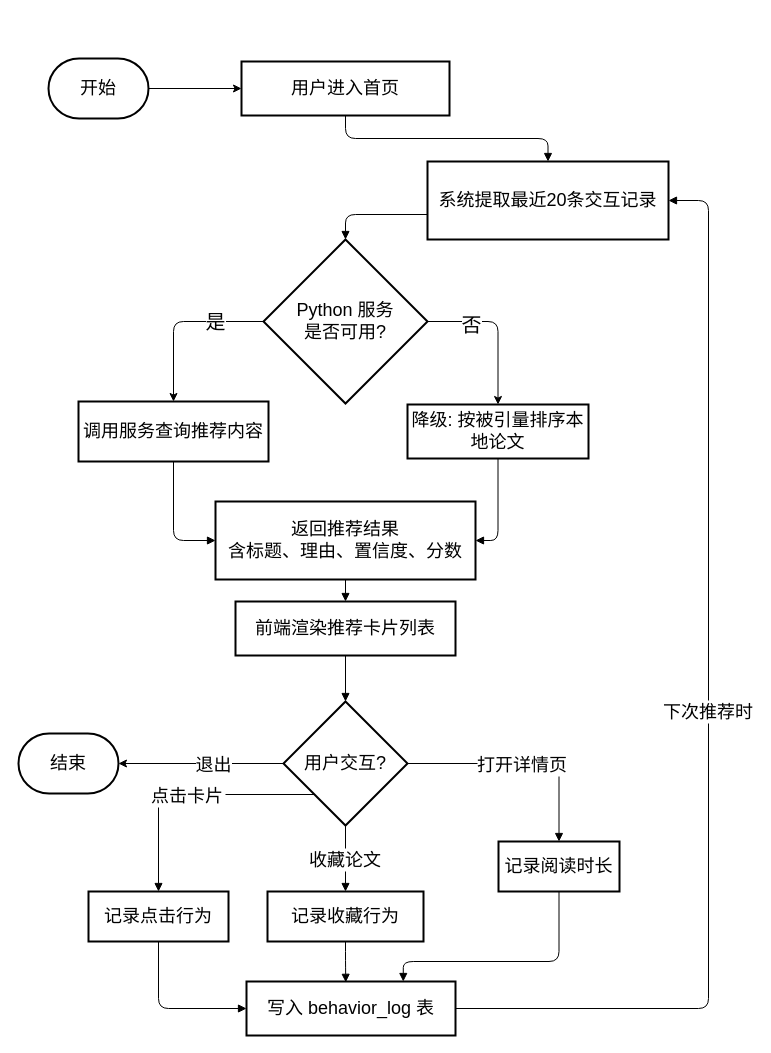
this1is1i/ACSR keeps this draw.io diagram as docs/draw/13-recommend-BPD.drawio. Above is the earlier version. Source tidied: cells renumbered, new cells numbered last; positions are measured from the earlier drawing's top-left corner, leaving out a move shared by most shapes. Both pictures are drawn from the tidied source at 100%, with x=0, y=0 at pixel (18, 58).
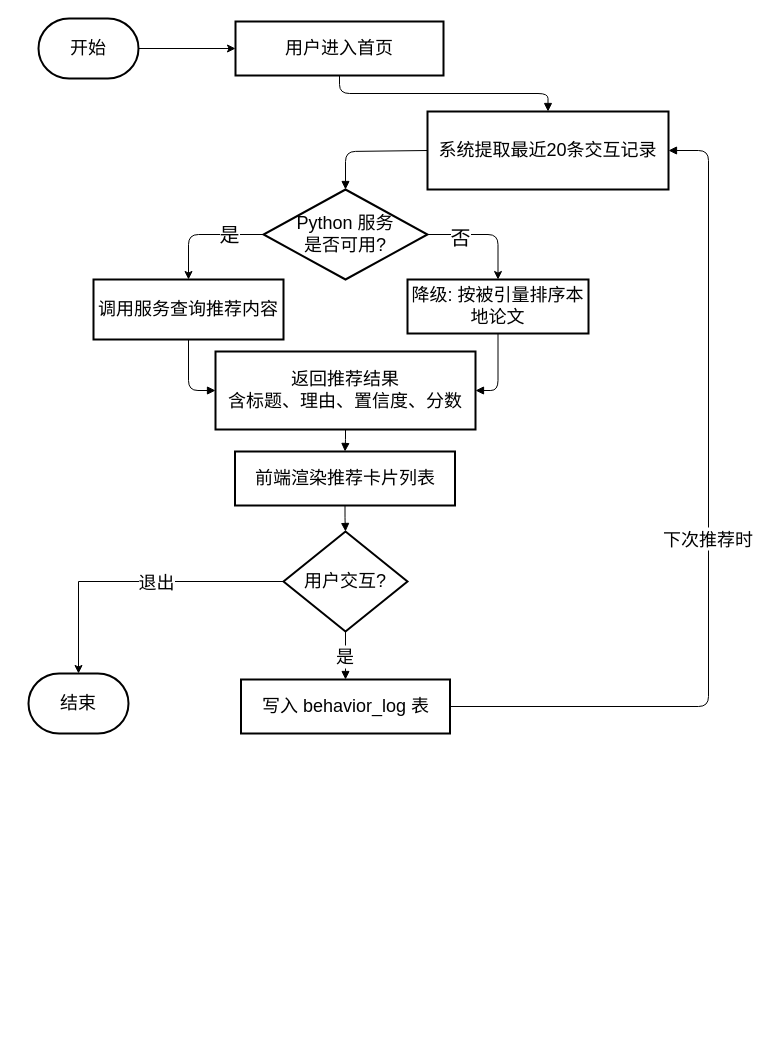
The same page after the edit.

The edit, as a diff of the source:
```diff
@@
     <mxCell id="2" value="用户进入首页" style="whiteSpace=wrap;strokeWidth=2;fontSize=18;" parent="1" vertex="1">
-      <mxGeometry x="223" y="3" width="208" height="54" as="geometry" />
+      <mxGeometry x="217" y="-37" width="208" height="54" as="geometry" />
     </mxCell>
     <mxCell id="3" value="系统提取最近20条交互记录" style="whiteSpace=wrap;strokeWidth=2;fontSize=18;" parent="1" vertex="1">
-      <mxGeometry x="409" y="103" width="241" height="78" as="geometry" />
+      <mxGeometry x="409" y="53" width="241" height="78" as="geometry" />
     </mxCell>
@@
     <mxCell id="8" value="Python 服务&#10;是否可用?" style="rhombus;strokeWidth=2;whiteSpace=wrap;fontSize=18;" parent="1" vertex="1">
-      <mxGeometry x="245" y="181" width="164" height="164" as="geometry" />
+      <mxGeometry x="245" y="131" width="164" height="90" as="geometry" />
     </mxCell>
     <mxCell id="9" value="调用服务查询推荐内容" style="whiteSpace=wrap;strokeWidth=2;fontSize=18;" parent="1" vertex="1">
-      <mxGeometry x="60" y="343" width="190" height="60" as="geometry" />
+      <mxGeometry x="75" y="221" width="190" height="60" as="geometry" />
     </mxCell>
     <mxCell id="10" value="降级: 按被引量排序本地论文" style="whiteSpace=wrap;strokeWidth=2;fontSize=18;" parent="1" vertex="1">
-      <mxGeometry x="389" y="346" width="181" height="54" as="geometry" />
+      <mxGeometry x="389" y="221" width="181" height="54" as="geometry" />
     </mxCell>
     <mxCell id="11" value="返回推荐结果&#10;含标题、理由、置信度、分数" style="whiteSpace=wrap;strokeWidth=2;fontSize=18;" parent="1" vertex="1">
-      <mxGeometry x="197" y="443" width="260" height="78" as="geometry" />
+      <mxGeometry x="197" y="293" width="260" height="78" as="geometry" />
     </mxCell>
     <mxCell id="12" value="前端渲染推荐卡片列表" style="whiteSpace=wrap;strokeWidth=2;fontSize=18;" parent="1" vertex="1">
-      <mxGeometry x="217" y="543" width="220" height="54" as="geometry" />
+      <mxGeometry x="216.5" y="393" width="220" height="54" as="geometry" />
     </mxCell>
@@
     <mxCell id="15" value="用户交互?" style="rhombus;strokeWidth=2;whiteSpace=wrap;fontSize=18;" parent="1" vertex="1">
-      <mxGeometry x="265" y="643" width="124" height="124" as="geometry" />
+      <mxGeometry x="265" y="473" width="124" height="100" as="geometry" />
     </mxCell>
-    <mxCell id="16" value="记录点击行为" style="whiteSpace=wrap;strokeWidth=2;fontSize=18;" parent="1" vertex="1">
-      <mxGeometry x="70" y="833" width="140" height="50" as="geometry" />
-    </mxCell>
-    <mxCell id="17" value="记录收藏行为" style="whiteSpace=wrap;strokeWidth=2;fontSize=18;" parent="1" vertex="1">
-      <mxGeometry x="249" y="833" width="156" height="50" as="geometry" />
-    </mxCell>
-    <mxCell id="18" value="记录阅读时长" style="whiteSpace=wrap;strokeWidth=2;fontSize=18;" parent="1" vertex="1">
-      <mxGeometry x="480" y="783" width="121" height="50" as="geometry" />
-    </mxCell>
     <mxCell id="19" value="写入 behavior_log 表" style="whiteSpace=wrap;strokeWidth=2;fontSize=18;" parent="1" vertex="1">
-      <mxGeometry x="228" y="923" width="209" height="54" as="geometry" />
+      <mxGeometry x="222.5" y="621" width="209" height="54" as="geometry" />
     </mxCell>
@@
-    <mxCell id="21" style="startArrow=none;endArrow=block;rounded=1;fontSize=18;entryX=0.5;entryY=0;entryDx=0;entryDy=0;edgeStyle=orthogonalEdgeStyle;curved=0;" parent="1" edge="1" source="3" target="8">
+    <mxCell id="21" style="startArrow=none;endArrow=block;rounded=1;fontSize=18;entryX=0.5;entryY=0;entryDx=0;entryDy=0;edgeStyle=orthogonalEdgeStyle;curved=0;exitX=0;exitY=0.5;exitDx=0;exitDy=0;" parent="1" edge="1" source="3" target="8">
       <mxGeometry relative="1" as="geometry">
         <Array as="points">
-          <mxPoint x="327" y="156" />
+          <mxPoint x="327" y="93" />
         </Array>
       </mxGeometry>
     </mxCell>
@@
-    <mxCell id="26" value="点击卡片" style="startArrow=none;endArrow=block;exitX=0;exitY=1;entryX=0.5;entryY=0;rounded=1;fontSize=18;edgeStyle=orthogonalEdgeStyle;curved=0;exitDx=0;exitDy=0;" parent="1" edge="1" source="15" target="16">
-      <mxGeometry relative="1" as="geometry" />
-    </mxCell>
-    <mxCell id="27" value="收藏论文" style="startArrow=none;endArrow=block;exitX=0.5;exitY=1;entryX=0.5;entryY=0;rounded=1;fontSize=18;edgeStyle=orthogonalEdgeStyle;curved=0;" parent="1" edge="1" source="15" target="17">
+    <mxCell id="27" value="是" style="startArrow=none;endArrow=block;exitX=0.5;exitY=1;entryX=0.5;entryY=0;rounded=1;fontSize=18;edgeStyle=orthogonalEdgeStyle;curved=0;entryDx=0;entryDy=0;" parent="1" edge="1" source="15" target="19">
       <mxGeometry relative="1" as="geometry" />
     </mxCell>
-    <mxCell id="28" value="打开详情页" style="startArrow=none;endArrow=block;exitX=1;exitY=0.5;entryX=0.5;entryY=0;rounded=1;fontSize=18;edgeStyle=orthogonalEdgeStyle;curved=0;exitDx=0;exitDy=0;" parent="1" edge="1" source="15" target="18">
-      <mxGeometry relative="1" as="geometry" />
-    </mxCell>
-    <mxCell id="29" style="startArrow=none;endArrow=block;exitX=0.5;exitY=1;entryX=0;entryY=0.5;rounded=1;fontSize=18;edgeStyle=orthogonalEdgeStyle;curved=0;entryDx=0;entryDy=0;" parent="1" edge="1" source="16" target="19">
-      <mxGeometry relative="1" as="geometry" />
-    </mxCell>
-    <mxCell id="30" style="startArrow=none;endArrow=block;exitX=0.5;exitY=1;entryX=0.475;entryY=0.015;rounded=1;fontSize=18;edgeStyle=orthogonalEdgeStyle;curved=0;entryDx=0;entryDy=0;entryPerimeter=0;" parent="1" edge="1" source="17" target="19">
-      <mxGeometry relative="1" as="geometry" />
-    </mxCell>
-    <mxCell id="31" style="startArrow=none;endArrow=block;exitX=0.5;exitY=1;entryX=0.75;entryY=0;rounded=1;fontSize=18;edgeStyle=orthogonalEdgeStyle;curved=0;entryDx=0;entryDy=0;" parent="1" edge="1" source="18" target="19">
-      <mxGeometry relative="1" as="geometry">
-        <Array as="points">
-          <mxPoint x="541" y="903" />
-          <mxPoint x="385" y="903" />
-        </Array>
-      </mxGeometry>
-    </mxCell>
     <mxCell id="32" value="下次推荐时" style="startArrow=none;endArrow=block;exitX=1;exitY=0.5;entryX=1;entryY=0.5;rounded=1;fontSize=18;edgeStyle=orthogonalEdgeStyle;curved=0;entryDx=0;entryDy=0;exitDx=0;exitDy=0;" parent="1" edge="1" source="19" target="3">
       <mxGeometry relative="1" as="geometry">
         <Array as="points">
-          <mxPoint x="690" y="950" />
-          <mxPoint x="690" y="142" />
+          <mxPoint x="690" y="648" />
+          <mxPoint x="690" y="92" />
         </Array>
       </mxGeometry>
     </mxCell>
@@
     <mxCell id="34" value="开始" style="strokeWidth=2;html=1;shape=mxgraph.flowchart.terminator;whiteSpace=wrap;fontSize=18;" parent="1" vertex="1">
-      <mxGeometry x="30" width="100" height="60" as="geometry" />
+      <mxGeometry x="20" y="-40" width="100" height="60" as="geometry" />
     </mxCell>
     <mxCell id="35" value="结束" style="strokeWidth=2;html=1;shape=mxgraph.flowchart.terminator;whiteSpace=wrap;fontSize=18;" parent="1" vertex="1">
-      <mxGeometry y="675" width="100" height="60" as="geometry" />
+      <mxGeometry x="10" y="615" width="100" height="60" as="geometry" />
     </mxCell>
```
